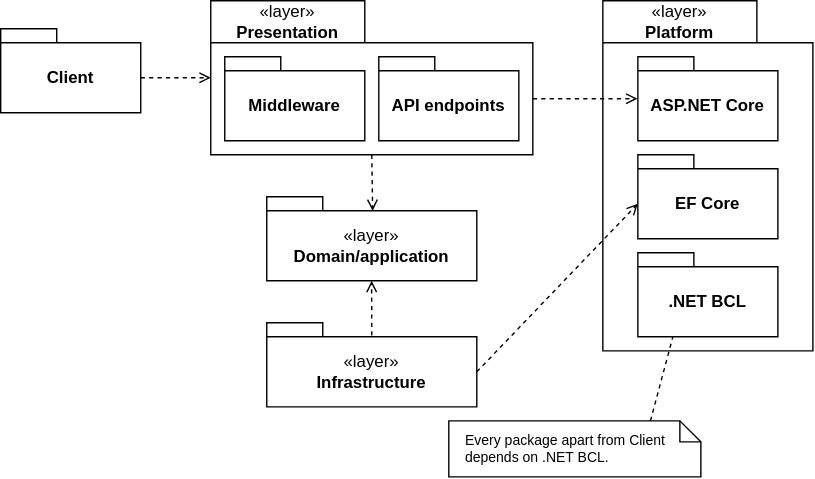
Above: docs/assets/module-structure-light.svg in dnhansen/livinglab-docs (draw.io), before the change. Source tidied: cells renumbered, new cells last; positions are measured from the earlier drawing's top-left corner, leaving out a move shared by most shapes.
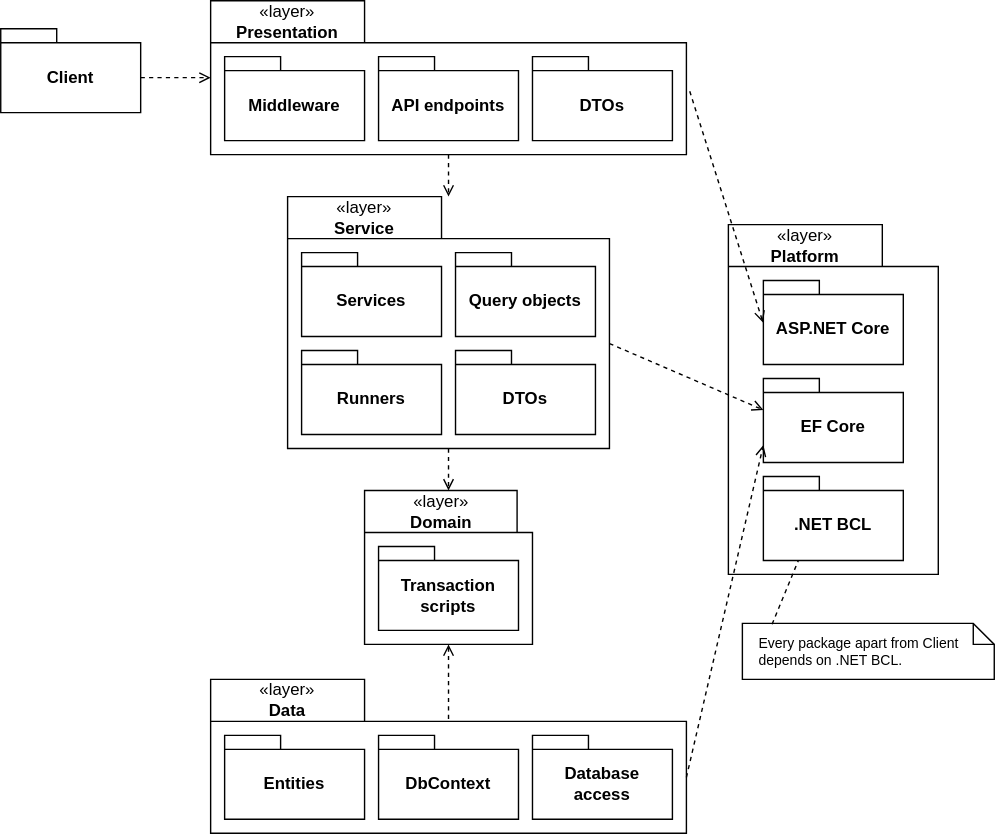
The same diagram one commit later.

Commit message:
Update module structure view.

Diff of the diagram source:
```diff
@@ -3,13 +3,29 @@
     <mxCell id="0" />
     <mxCell id="1" parent="0" />
     <mxCell id="2" value="&lt;div&gt;&lt;span style=&quot;font-weight: 400;&quot;&gt;«layer»&lt;/span&gt;&lt;br&gt;&lt;/div&gt;Presentation" style="shape=folder;fontStyle=1;tabWidth=110;tabHeight=30;tabPosition=left;html=1;boundedLbl=1;labelInHeader=1;whiteSpace=wrap;" parent="1" vertex="1">
-      <mxGeometry x="150" width="230" height="110" as="geometry" />
+      <mxGeometry x="150" width="340" height="110" as="geometry" />
     </mxCell>
     <mxCell id="3" style="html=1;strokeColor=none;fillColor=none;whiteSpace=wrap;" parent="2" vertex="1">
-      <mxGeometry width="230" height="80" relative="1" as="geometry">
+      <mxGeometry width="340" height="80" relative="1" as="geometry">
         <mxPoint y="30" as="offset" />
       </mxGeometry>
     </mxCell>
+    <mxCell id="34" value="&lt;div&gt;&lt;/div&gt;" style="shape=folder;fontStyle=1;tabWidth=40;tabHeight=10;tabPosition=left;html=1;boundedLbl=1;labelInHeader=1;whiteSpace=wrap;" parent="2" vertex="1">
+      <mxGeometry x="230" y="40" width="100" height="60" as="geometry" />
+    </mxCell>
+    <mxCell id="35" value="&lt;div style=&quot;font-weight: 700;&quot;&gt;&lt;span style=&quot;background-color: transparent; color: light-dark(rgb(0, 0, 0), rgb(255, 255, 255));&quot;&gt;DTOs&lt;/span&gt;&lt;br&gt;&lt;/div&gt;" style="html=1;strokeColor=none;fillColor=none;whiteSpace=wrap;" parent="34" vertex="1">
+      <mxGeometry width="100" height="50" relative="1" as="geometry">
+        <mxPoint y="10" as="offset" />
+      </mxGeometry>
+    </mxCell>
+    <mxCell id="6" value="&lt;div&gt;&lt;/div&gt;" style="shape=folder;fontStyle=1;tabWidth=40;tabHeight=10;tabPosition=left;html=1;boundedLbl=1;labelInHeader=1;whiteSpace=wrap;" parent="2" vertex="1">
+      <mxGeometry x="10" y="40" width="100" height="60" as="geometry" />
+    </mxCell>
+    <mxCell id="7" value="&lt;div style=&quot;font-weight: 700;&quot;&gt;&lt;span style=&quot;background-color: transparent; color: light-dark(rgb(0, 0, 0), rgb(255, 255, 255));&quot;&gt;Middleware&lt;/span&gt;&lt;br&gt;&lt;/div&gt;" style="html=1;strokeColor=none;fillColor=none;whiteSpace=wrap;" parent="6" vertex="1">
+      <mxGeometry width="100" height="50" relative="1" as="geometry">
+        <mxPoint y="10" as="offset" />
+      </mxGeometry>
+    </mxCell>
     <mxCell id="4" value="&lt;div&gt;&lt;/div&gt;" style="shape=folder;fontStyle=1;tabWidth=40;tabHeight=10;tabPosition=left;html=1;boundedLbl=1;labelInHeader=1;whiteSpace=wrap;" parent="2" vertex="1">
       <mxGeometry x="120" y="40" width="100" height="60" as="geometry" />
     </mxCell>
@@ -18,30 +34,6 @@
         <mxPoint y="10" as="offset" />
       </mxGeometry>
     </mxCell>
-    <mxCell id="6" value="&lt;div&gt;&lt;/div&gt;" style="shape=folder;fontStyle=1;tabWidth=40;tabHeight=10;tabPosition=left;html=1;boundedLbl=1;labelInHeader=1;whiteSpace=wrap;" parent="2" vertex="1">
-      <mxGeometry x="10" y="40" width="100" height="60" as="geometry" />
-    </mxCell>
-    <mxCell id="7" value="&lt;div style=&quot;font-weight: 700;&quot;&gt;&lt;span style=&quot;background-color: transparent; color: light-dark(rgb(0, 0, 0), rgb(255, 255, 255));&quot;&gt;Middleware&lt;/span&gt;&lt;br&gt;&lt;/div&gt;" style="html=1;strokeColor=none;fillColor=none;whiteSpace=wrap;" parent="6" vertex="1">
-      <mxGeometry width="100" height="50" relative="1" as="geometry">
-        <mxPoint y="10" as="offset" />
-      </mxGeometry>
-    </mxCell>
-    <mxCell id="8" value="&lt;div&gt;&lt;/div&gt;" style="shape=folder;fontStyle=1;tabWidth=40;tabHeight=10;tabPosition=left;html=1;boundedLbl=1;labelInHeader=1;whiteSpace=wrap;" parent="1" vertex="1">
-      <mxGeometry x="190" y="140" width="150" height="60" as="geometry" />
-    </mxCell>
-    <mxCell id="9" value="&lt;div style=&quot;font-weight: 700;&quot;&gt;&lt;span style=&quot;font-weight: 400;&quot;&gt;«layer»&lt;/span&gt;&lt;br&gt;&lt;/div&gt;&lt;span style=&quot;font-weight: 700;&quot;&gt;Domain/application&lt;/span&gt;" style="html=1;strokeColor=none;fillColor=none;whiteSpace=wrap;" parent="8" vertex="1">
-      <mxGeometry width="150" height="50" relative="1" as="geometry">
-        <mxPoint y="10" as="offset" />
-      </mxGeometry>
-    </mxCell>
-    <mxCell id="10" value="&lt;div&gt;&lt;/div&gt;" style="shape=folder;fontStyle=1;tabWidth=40;tabHeight=10;tabPosition=left;html=1;boundedLbl=1;labelInHeader=1;whiteSpace=wrap;" parent="1" vertex="1">
-      <mxGeometry x="190" y="230" width="150" height="60" as="geometry" />
-    </mxCell>
-    <mxCell id="11" value="&lt;div style=&quot;font-weight: 700;&quot;&gt;&lt;span style=&quot;font-weight: 400;&quot;&gt;«layer»&lt;/span&gt;&lt;br&gt;&lt;/div&gt;&lt;b&gt;Infrastructure&lt;/b&gt;" style="html=1;strokeColor=none;fillColor=none;whiteSpace=wrap;" parent="10" vertex="1">
-      <mxGeometry width="150" height="50" relative="1" as="geometry">
-        <mxPoint y="10" as="offset" />
-      </mxGeometry>
-    </mxCell>
     <mxCell id="12" value="&lt;div&gt;&lt;/div&gt;" style="shape=folder;fontStyle=1;tabWidth=40;tabHeight=10;tabPosition=left;html=1;boundedLbl=1;labelInHeader=1;whiteSpace=wrap;" parent="1" vertex="1">
       <mxGeometry y="20" width="100" height="60" as="geometry" />
     </mxCell>
@@ -51,7 +43,7 @@
       </mxGeometry>
     </mxCell>
     <mxCell id="14" value="&lt;div&gt;&lt;span style=&quot;font-weight: 400;&quot;&gt;«layer»&lt;/span&gt;&lt;br&gt;&lt;/div&gt;Platform" style="shape=folder;fontStyle=1;tabWidth=110;tabHeight=30;tabPosition=left;html=1;boundedLbl=1;labelInHeader=1;whiteSpace=wrap;" parent="1" vertex="1">
-      <mxGeometry x="430" width="150" height="250" as="geometry" />
+      <mxGeometry x="520" y="160" width="150" height="250" as="geometry" />
     </mxCell>
     <mxCell id="15" style="html=1;strokeColor=none;fillColor=none;whiteSpace=wrap;" parent="14" vertex="1">
       <mxGeometry width="150" height="196.81" relative="1" as="geometry">
@@ -90,40 +82,130 @@
     <mxCell id="23" style="html=1;align=center;verticalAlign=top;labelBackgroundColor=none;" parent="22" vertex="1">
       <mxGeometry relative="1" as="geometry" />
     </mxCell>
-    <mxCell id="24" style="endArrow=open;html=1;rounded=0;align=center;verticalAlign=bottom;dashed=1;endFill=0;labelBackgroundColor=none;exitX=0;exitY=0;exitDx=100;exitDy=35;exitPerimeter=0;entryX=-0.003;entryY=0.499;entryDx=0;entryDy=0;entryPerimeter=0;" parent="1" edge="1" target="16">
-      <mxGeometry relative="1" as="geometry">
-        <mxPoint x="380" y="70" as="sourcePoint" />
-      </mxGeometry>
+    <mxCell id="24" style="endArrow=open;html=1;rounded=0;align=center;verticalAlign=bottom;dashed=1;endFill=0;labelBackgroundColor=none;entryX=-0.003;entryY=0.499;entryDx=0;entryDy=0;entryPerimeter=0;exitX=1.007;exitY=0.588;exitDx=0;exitDy=0;exitPerimeter=0;" parent="1" edge="1" source="2" target="16">
+      <mxGeometry relative="1" as="geometry" />
     </mxCell>
     <mxCell id="25" style="html=1;align=center;verticalAlign=top;labelBackgroundColor=none;" parent="24" vertex="1">
       <mxGeometry relative="1" as="geometry" />
     </mxCell>
-    <mxCell id="26" style="endArrow=open;html=1;rounded=0;align=center;verticalAlign=bottom;dashed=1;endFill=0;labelBackgroundColor=none;exitX=0.5;exitY=1;exitDx=0;exitDy=0;exitPerimeter=0;entryX=0.504;entryY=0.168;entryDx=0;entryDy=0;entryPerimeter=0;" parent="1" edge="1" source="2" target="8">
+    <mxCell id="26" style="endArrow=open;html=1;rounded=0;align=center;verticalAlign=bottom;dashed=1;endFill=0;labelBackgroundColor=none;exitX=0.5;exitY=1;exitDx=0;exitDy=0;exitPerimeter=0;" parent="1" edge="1" source="2" target="36">
       <mxGeometry relative="1" as="geometry" />
     </mxCell>
     <mxCell id="27" style="html=1;align=center;verticalAlign=top;labelBackgroundColor=none;" parent="26" vertex="1">
       <mxGeometry relative="1" as="geometry" />
     </mxCell>
-    <mxCell id="28" style="endArrow=open;html=1;rounded=0;align=center;verticalAlign=bottom;dashed=1;endFill=0;labelBackgroundColor=none;entryX=0.569;entryY=0.158;entryDx=0;entryDy=0;entryPerimeter=0;" parent="1" edge="1">
-      <mxGeometry relative="1" as="geometry">
-        <mxPoint x="265" y="239" as="sourcePoint" />
-        <mxPoint x="264.9" y="200" as="targetPoint" />
-      </mxGeometry>
-    </mxCell>
-    <mxCell id="29" style="html=1;align=center;verticalAlign=top;labelBackgroundColor=none;" parent="28" vertex="1">
-      <mxGeometry relative="1" as="geometry" />
-    </mxCell>
-    <mxCell id="30" style="endArrow=open;html=1;rounded=0;align=center;verticalAlign=bottom;dashed=1;endFill=0;labelBackgroundColor=none;entryX=0;entryY=0;entryDx=0;entryDy=35;entryPerimeter=0;exitX=0;exitY=0;exitDx=150;exitDy=35;exitPerimeter=0;" parent="1" edge="1" source="10" target="18">
-      <mxGeometry relative="1" as="geometry" />
-    </mxCell>
-    <mxCell id="31" style="html=1;align=center;verticalAlign=top;labelBackgroundColor=none;" parent="30" vertex="1">
-      <mxGeometry relative="1" as="geometry" />
-    </mxCell>
     <mxCell id="32" value="Every package apart from Client depends on .NET BCL." style="shape=note;size=15;align=left;spacingLeft=10;html=1;whiteSpace=wrap;fontSize=10;" parent="1" vertex="1">
-      <mxGeometry x="320" y="300" width="180" height="40" as="geometry" />
+      <mxGeometry x="530" y="445" width="180" height="40" as="geometry" />
     </mxCell>
-    <mxCell id="33" style="edgeStyle=none;endArrow=none;exitX=0.8;exitY=0;dashed=1;html=1;rounded=0;entryX=0.25;entryY=1;entryDx=0;entryDy=0;entryPerimeter=0;" parent="1" edge="1" source="32" target="20">
+    <mxCell id="33" style="edgeStyle=none;endArrow=none;exitX=0.118;exitY=0.015;dashed=1;html=1;rounded=0;entryX=0.25;entryY=1;entryDx=0;entryDy=0;entryPerimeter=0;exitDx=0;exitDy=0;exitPerimeter=0;" parent="1" edge="1" source="32" target="20">
       <mxGeometry x="1" relative="1" as="geometry" />
     </mxCell>
+    <mxCell id="36" value="&lt;div&gt;&lt;span style=&quot;font-weight: 400;&quot;&gt;«layer»&lt;/span&gt;&lt;br&gt;&lt;/div&gt;Service" style="shape=folder;fontStyle=1;tabWidth=110;tabHeight=30;tabPosition=left;html=1;boundedLbl=1;labelInHeader=1;whiteSpace=wrap;rotation=0;" parent="1" vertex="1">
+      <mxGeometry x="205" y="140" width="230" height="180" as="geometry" />
+    </mxCell>
+    <mxCell id="37" style="html=1;strokeColor=none;fillColor=none;whiteSpace=wrap;" parent="36" vertex="1">
+      <mxGeometry width="230" height="130.91" relative="1" as="geometry">
+        <mxPoint y="30" as="offset" />
+      </mxGeometry>
+    </mxCell>
+    <mxCell id="38" value="&lt;div&gt;&lt;/div&gt;" style="shape=folder;fontStyle=1;tabWidth=40;tabHeight=10;tabPosition=left;html=1;boundedLbl=1;labelInHeader=1;whiteSpace=wrap;" parent="36" vertex="1">
+      <mxGeometry x="10" y="40" width="100" height="60" as="geometry" />
+    </mxCell>
+    <mxCell id="39" value="&lt;div style=&quot;font-weight: 700;&quot;&gt;&lt;span style=&quot;background-color: transparent; color: light-dark(rgb(0, 0, 0), rgb(255, 255, 255));&quot;&gt;Services&lt;/span&gt;&lt;br&gt;&lt;/div&gt;" style="html=1;strokeColor=none;fillColor=none;whiteSpace=wrap;" parent="38" vertex="1">
+      <mxGeometry width="100" height="50" relative="1" as="geometry">
+        <mxPoint y="10" as="offset" />
+      </mxGeometry>
+    </mxCell>
+    <mxCell id="40" value="&lt;div&gt;&lt;/div&gt;" style="shape=folder;fontStyle=1;tabWidth=40;tabHeight=10;tabPosition=left;html=1;boundedLbl=1;labelInHeader=1;whiteSpace=wrap;" parent="36" vertex="1">
+      <mxGeometry x="120" y="40" width="100" height="60" as="geometry" />
+    </mxCell>
+    <mxCell id="41" value="&lt;div style=&quot;font-weight: 700;&quot;&gt;Query objects&lt;/div&gt;" style="html=1;strokeColor=none;fillColor=none;whiteSpace=wrap;" parent="40" vertex="1">
+      <mxGeometry width="100" height="50" relative="1" as="geometry">
+        <mxPoint y="10" as="offset" />
+      </mxGeometry>
+    </mxCell>
+    <mxCell id="42" value="&lt;div&gt;&lt;/div&gt;" style="shape=folder;fontStyle=1;tabWidth=40;tabHeight=10;tabPosition=left;html=1;boundedLbl=1;labelInHeader=1;whiteSpace=wrap;" parent="36" vertex="1">
+      <mxGeometry x="10" y="110" width="100" height="60" as="geometry" />
+    </mxCell>
+    <mxCell id="43" value="&lt;div style=&quot;font-weight: 700;&quot;&gt;&lt;span style=&quot;background-color: transparent; color: light-dark(rgb(0, 0, 0), rgb(255, 255, 255));&quot;&gt;Runners&lt;/span&gt;&lt;br&gt;&lt;/div&gt;" style="html=1;strokeColor=none;fillColor=none;whiteSpace=wrap;" parent="42" vertex="1">
+      <mxGeometry width="100" height="50" relative="1" as="geometry">
+        <mxPoint y="10" as="offset" />
+      </mxGeometry>
+    </mxCell>
+    <mxCell id="44" value="&lt;div&gt;&lt;/div&gt;" style="shape=folder;fontStyle=1;tabWidth=40;tabHeight=10;tabPosition=left;html=1;boundedLbl=1;labelInHeader=1;whiteSpace=wrap;" parent="36" vertex="1">
+      <mxGeometry x="120" y="110" width="100" height="60" as="geometry" />
+    </mxCell>
+    <mxCell id="45" value="&lt;div style=&quot;font-weight: 700;&quot;&gt;DTOs&lt;/div&gt;" style="html=1;strokeColor=none;fillColor=none;whiteSpace=wrap;" parent="44" vertex="1">
+      <mxGeometry width="100" height="50" relative="1" as="geometry">
+        <mxPoint y="10" as="offset" />
+      </mxGeometry>
+    </mxCell>
+    <mxCell id="46" style="edgeStyle=orthogonalEdgeStyle;rounded=0;jettySize=auto;html=1;exitX=0.5;exitY=1;exitDx=0;exitDy=0;exitPerimeter=0;dashed=1;endArrow=none;endFill=0;startArrow=open;startFill=0;" parent="1" edge="1" source="47">
+      <mxGeometry relative="1" as="geometry">
+        <mxPoint x="320" y="515" as="targetPoint" />
+      </mxGeometry>
+    </mxCell>
+    <mxCell id="47" value="&lt;div&gt;&lt;span style=&quot;font-weight: 400;&quot;&gt;«layer»&lt;/span&gt;&lt;br&gt;&lt;/div&gt;Domain" style="shape=folder;fontStyle=1;tabWidth=110;tabHeight=30;tabPosition=left;html=1;boundedLbl=1;labelInHeader=1;whiteSpace=wrap;" parent="1" vertex="1">
+      <mxGeometry x="260" y="350" width="120" height="110" as="geometry" />
+    </mxCell>
+    <mxCell id="48" style="html=1;strokeColor=none;fillColor=none;whiteSpace=wrap;" parent="47" vertex="1">
+      <mxGeometry width="120" height="80" relative="1" as="geometry">
+        <mxPoint y="30" as="offset" />
+      </mxGeometry>
+    </mxCell>
+    <mxCell id="49" value="&lt;div&gt;&lt;/div&gt;" style="shape=folder;fontStyle=1;tabWidth=40;tabHeight=10;tabPosition=left;html=1;boundedLbl=1;labelInHeader=1;whiteSpace=wrap;" parent="47" vertex="1">
+      <mxGeometry x="10" y="40" width="100" height="60" as="geometry" />
+    </mxCell>
+    <mxCell id="50" value="&lt;div style=&quot;font-weight: 700;&quot;&gt;&lt;span style=&quot;background-color: transparent; color: light-dark(rgb(0, 0, 0), rgb(255, 255, 255));&quot;&gt;Transaction scripts&lt;/span&gt;&lt;br&gt;&lt;/div&gt;" style="html=1;strokeColor=none;fillColor=none;whiteSpace=wrap;" parent="49" vertex="1">
+      <mxGeometry width="100" height="50" relative="1" as="geometry">
+        <mxPoint y="10" as="offset" />
+      </mxGeometry>
+    </mxCell>
+    <mxCell id="51" style="endArrow=open;html=1;rounded=0;align=center;verticalAlign=bottom;dashed=1;endFill=0;labelBackgroundColor=none;exitX=0.5;exitY=1;exitDx=0;exitDy=0;exitPerimeter=0;" parent="1" edge="1" source="36">
+      <mxGeometry relative="1" as="geometry">
+        <mxPoint x="320" y="350" as="targetPoint" />
+      </mxGeometry>
+    </mxCell>
+    <mxCell id="52" style="html=1;align=center;verticalAlign=top;labelBackgroundColor=none;" parent="51" vertex="1">
+      <mxGeometry relative="1" as="geometry" />
+    </mxCell>
+    <mxCell id="53" value="&lt;div&gt;&lt;span style=&quot;font-weight: 400;&quot;&gt;«layer»&lt;/span&gt;&lt;br&gt;&lt;/div&gt;Data" style="shape=folder;fontStyle=1;tabWidth=110;tabHeight=30;tabPosition=left;html=1;boundedLbl=1;labelInHeader=1;whiteSpace=wrap;" parent="1" vertex="1">
+      <mxGeometry x="150" y="485" width="340" height="110" as="geometry" />
+    </mxCell>
+    <mxCell id="54" style="html=1;strokeColor=none;fillColor=none;whiteSpace=wrap;" parent="53" vertex="1">
+      <mxGeometry width="340" height="80" relative="1" as="geometry">
+        <mxPoint y="30" as="offset" />
+      </mxGeometry>
+    </mxCell>
+    <mxCell id="55" value="&lt;div&gt;&lt;/div&gt;" style="shape=folder;fontStyle=1;tabWidth=40;tabHeight=10;tabPosition=left;html=1;boundedLbl=1;labelInHeader=1;whiteSpace=wrap;" parent="53" vertex="1">
+      <mxGeometry x="230" y="40" width="100" height="60" as="geometry" />
+    </mxCell>
+    <mxCell id="56" value="&lt;div style=&quot;font-weight: 700;&quot;&gt;&lt;span style=&quot;background-color: transparent; color: light-dark(rgb(0, 0, 0), rgb(255, 255, 255));&quot;&gt;Database&lt;/span&gt;&lt;/div&gt;&lt;div style=&quot;font-weight: 700;&quot;&gt;&lt;span style=&quot;background-color: transparent; color: light-dark(rgb(0, 0, 0), rgb(255, 255, 255));&quot;&gt;access&lt;/span&gt;&lt;br&gt;&lt;/div&gt;" style="html=1;strokeColor=none;fillColor=none;whiteSpace=wrap;" parent="55" vertex="1">
+      <mxGeometry width="100" height="50" relative="1" as="geometry">
+        <mxPoint y="10" as="offset" />
+      </mxGeometry>
+    </mxCell>
+    <mxCell id="57" value="&lt;div&gt;&lt;/div&gt;" style="shape=folder;fontStyle=1;tabWidth=40;tabHeight=10;tabPosition=left;html=1;boundedLbl=1;labelInHeader=1;whiteSpace=wrap;" parent="53" vertex="1">
+      <mxGeometry x="10" y="40" width="100" height="60" as="geometry" />
+    </mxCell>
+    <mxCell id="58" value="&lt;div style=&quot;font-weight: 700;&quot;&gt;&lt;span style=&quot;background-color: transparent; color: light-dark(rgb(0, 0, 0), rgb(255, 255, 255));&quot;&gt;Entities&lt;/span&gt;&lt;br&gt;&lt;/div&gt;" style="html=1;strokeColor=none;fillColor=none;whiteSpace=wrap;" parent="57" vertex="1">
+      <mxGeometry width="100" height="50" relative="1" as="geometry">
+        <mxPoint y="10" as="offset" />
+      </mxGeometry>
+    </mxCell>
+    <mxCell id="59" value="&lt;div&gt;&lt;/div&gt;" style="shape=folder;fontStyle=1;tabWidth=40;tabHeight=10;tabPosition=left;html=1;boundedLbl=1;labelInHeader=1;whiteSpace=wrap;" parent="53" vertex="1">
+      <mxGeometry x="120" y="40" width="100" height="60" as="geometry" />
+    </mxCell>
+    <mxCell id="60" value="&lt;div style=&quot;font-weight: 700;&quot;&gt;DbContext&lt;/div&gt;" style="html=1;strokeColor=none;fillColor=none;whiteSpace=wrap;" parent="59" vertex="1">
+      <mxGeometry width="100" height="50" relative="1" as="geometry">
+        <mxPoint y="10" as="offset" />
+      </mxGeometry>
+    </mxCell>
+    <mxCell id="61" style="rounded=0;jettySize=auto;html=1;exitX=0;exitY=0;exitDx=230;exitDy=105;exitPerimeter=0;entryX=0;entryY=0;entryDx=0;entryDy=22.5;entryPerimeter=0;dashed=1;endArrow=open;endFill=0;" parent="1" edge="1" source="36" target="18">
+      <mxGeometry relative="1" as="geometry" />
+    </mxCell>
+    <mxCell id="62" style="rounded=0;jettySize=auto;html=1;exitX=0;exitY=0;exitDx=340;exitDy=70;exitPerimeter=0;entryX=0;entryY=0;entryDx=0;entryDy=47.5;entryPerimeter=0;dashed=1;endArrow=open;endFill=0;" parent="1" edge="1" source="53" target="18">
+      <mxGeometry relative="1" as="geometry" />
+    </mxCell>
   </root>
 </mxGraphModel>
```
